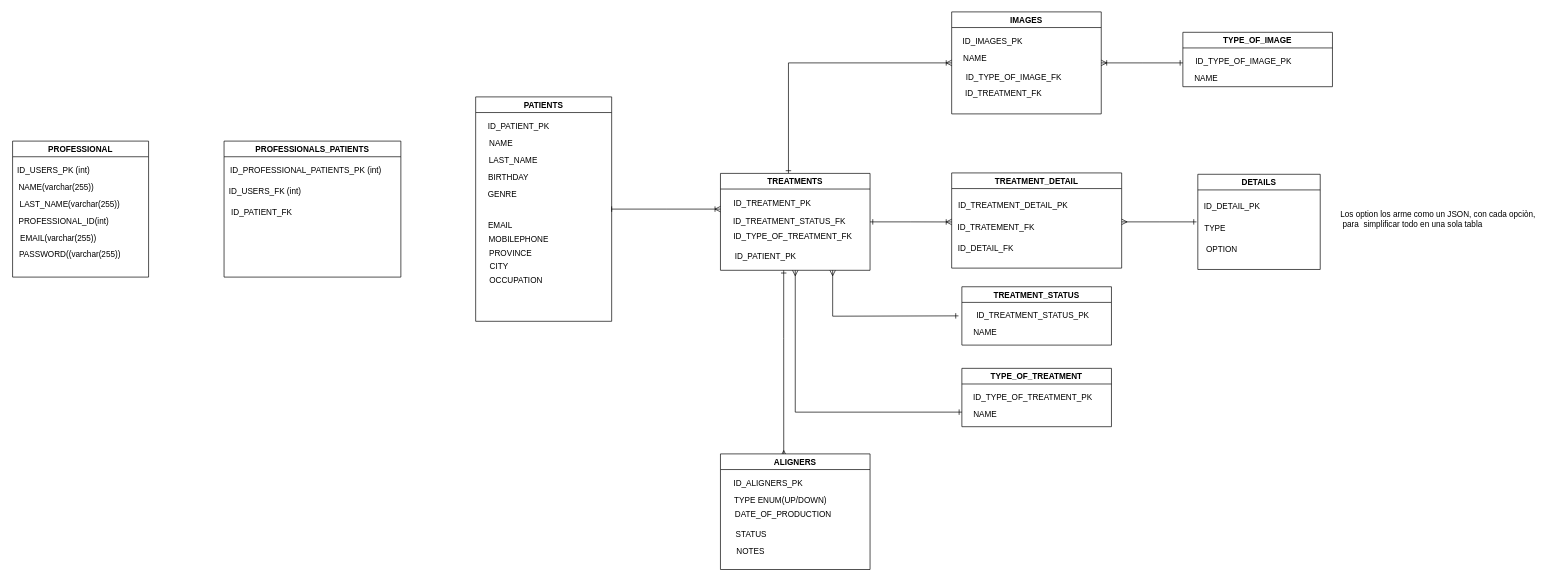
Earlier version of the draw.io diagram files/Inline.drawio (gonzaggb/aligners). Source tidied: cells renumbered, new cells numbered last; positions are measured from the earlier drawing's top-left corner, leaving out a move shared by most shapes. Both pictures are drawn from the tidied source at 68%, with x=0, y=0 at pixel (12, 12).
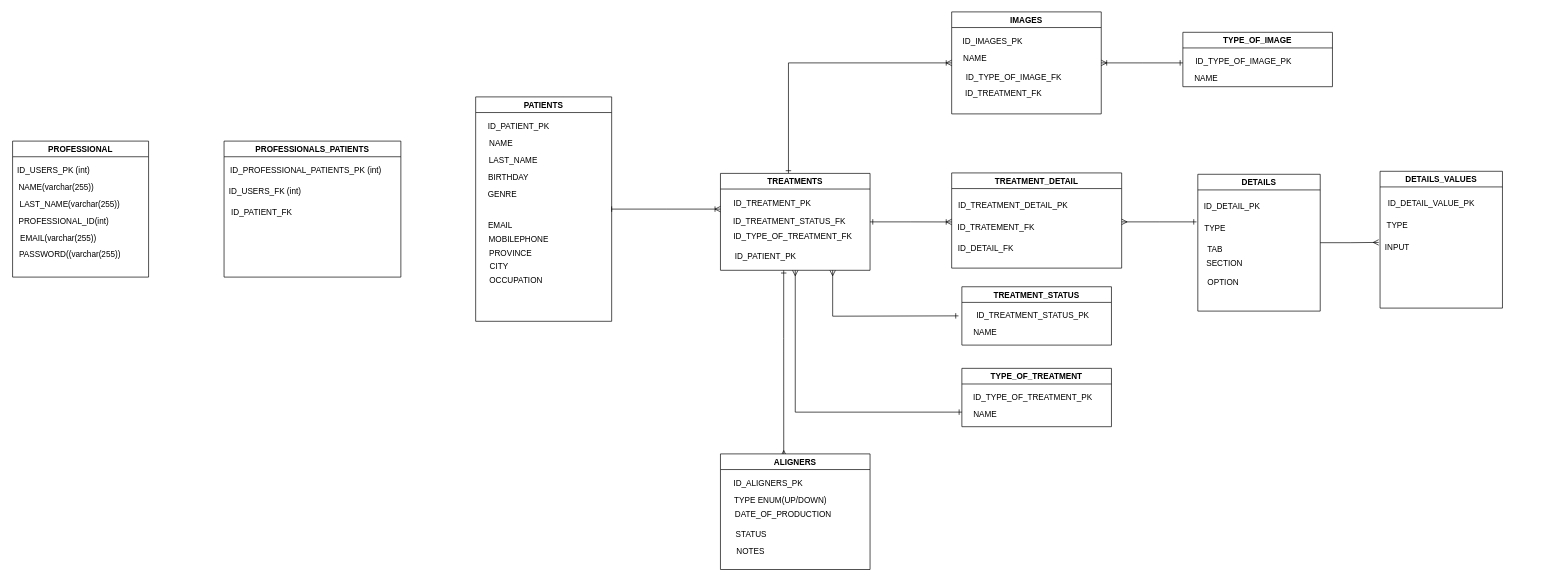
Above is the later version.

Commit message (it also covers changes not shown here):
new table detail_value related with detail

Diff of the diagram source:
```diff
@@
+    <mxCell id="66" style="edgeStyle=orthogonalEdgeStyle;rounded=0;jettySize=auto;html=1;entryX=-0.04;entryY=0.169;entryDx=0;entryDy=0;entryPerimeter=0;endArrow=ERmany;endFill=0;" parent="1" edge="1" source="35" target="72">
+      <mxGeometry relative="1" as="geometry" />
+    </mxCell>
     <mxCell id="35" value="DETAILS" style="swimlane;" parent="1" vertex="1">
-      <mxGeometry x="1744" y="238.8" width="180" height="140" as="geometry" />
+      <mxGeometry x="1744" y="238.8" width="180" height="201.2" as="geometry" />
     </mxCell>
@@
-    <mxCell id="38" value="OPTION" style="text;html=1;align=center;verticalAlign=middle;strokeColor=none;fillColor=none;" parent="35" vertex="1">
-      <mxGeometry x="5" y="101.2" width="60" height="20" as="geometry" />
+    <mxCell id="38" value="TAB" style="text;html=1;align=center;verticalAlign=middle;strokeColor=none;fillColor=none;" parent="35" vertex="1">
+      <mxGeometry x="5" y="101.2" width="40" height="20" as="geometry" />
     </mxCell>
+    <mxCell id="67" value="SECTION" style="text;html=1;align=center;verticalAlign=middle;strokeColor=none;fillColor=none;" parent="35" vertex="1">
+      <mxGeometry x="4" y="121.2" width="70" height="20" as="geometry" />
+    </mxCell>
@@
-    <mxCell id="57" value="Los option los arme como un JSON, con cada opciòn,&lt;br&gt;&amp;nbsp;para&amp;nbsp; simplificar todo en una sola tabla" style="text;html=1;align=left;verticalAlign=middle;strokeColor=none;fillColor=none;" parent="1" vertex="1">
-      <mxGeometry x="1952" y="290" width="300" height="30" as="geometry" />
-    </mxCell>
@@
+    <mxCell id="68" value="OPTION" style="text;html=1;align=center;verticalAlign=middle;strokeColor=none;fillColor=none;" parent="1" vertex="1">
+      <mxGeometry x="1751" y="388" width="60" height="20" as="geometry" />
+    </mxCell>
+    <mxCell id="69" value="DETAILS_VALUES" style="swimlane;" parent="1" vertex="1">
+      <mxGeometry x="2012" y="234.4" width="180" height="201.2" as="geometry" />
+    </mxCell>
+    <mxCell id="70" value="TYPE" style="text;html=1;align=center;verticalAlign=middle;strokeColor=none;fillColor=none;" parent="69" vertex="1">
+      <mxGeometry y="70" width="50" height="20" as="geometry" />
+    </mxCell>
+    <mxCell id="71" value="ID_DETAIL_VALUE_PK" style="text;html=1;align=center;verticalAlign=middle;strokeColor=none;fillColor=none;" parent="69" vertex="1">
+      <mxGeometry x="5" y="38" width="140" height="20" as="geometry" />
+    </mxCell>
+    <mxCell id="72" value="INPUT" style="text;html=1;align=center;verticalAlign=middle;points=[];strokeColor=none;fillColor=none;" parent="69" vertex="1">
+      <mxGeometry y="101.2" width="50" height="20" as="geometry" />
+    </mxCell>
```
